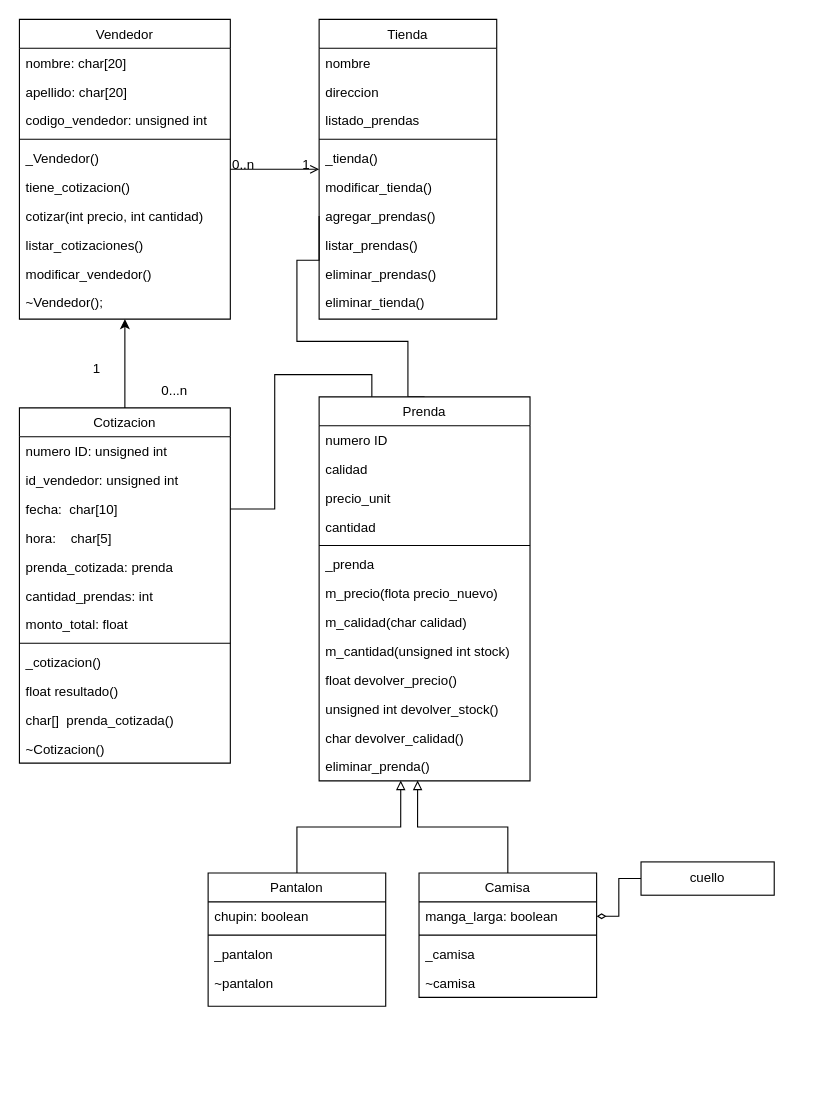
The draw.io diagram Diagrama_Clases.drawio in Santira243/PracticaQuark, before the edit. Source tidied: cells renumbered, new cells numbered last; positions are measured from the earlier drawing's top-left corner, leaving out a move shared by most shapes. Both pictures are drawn from the tidied source at 111%, with x=0, y=0 at pixel (19, 19).
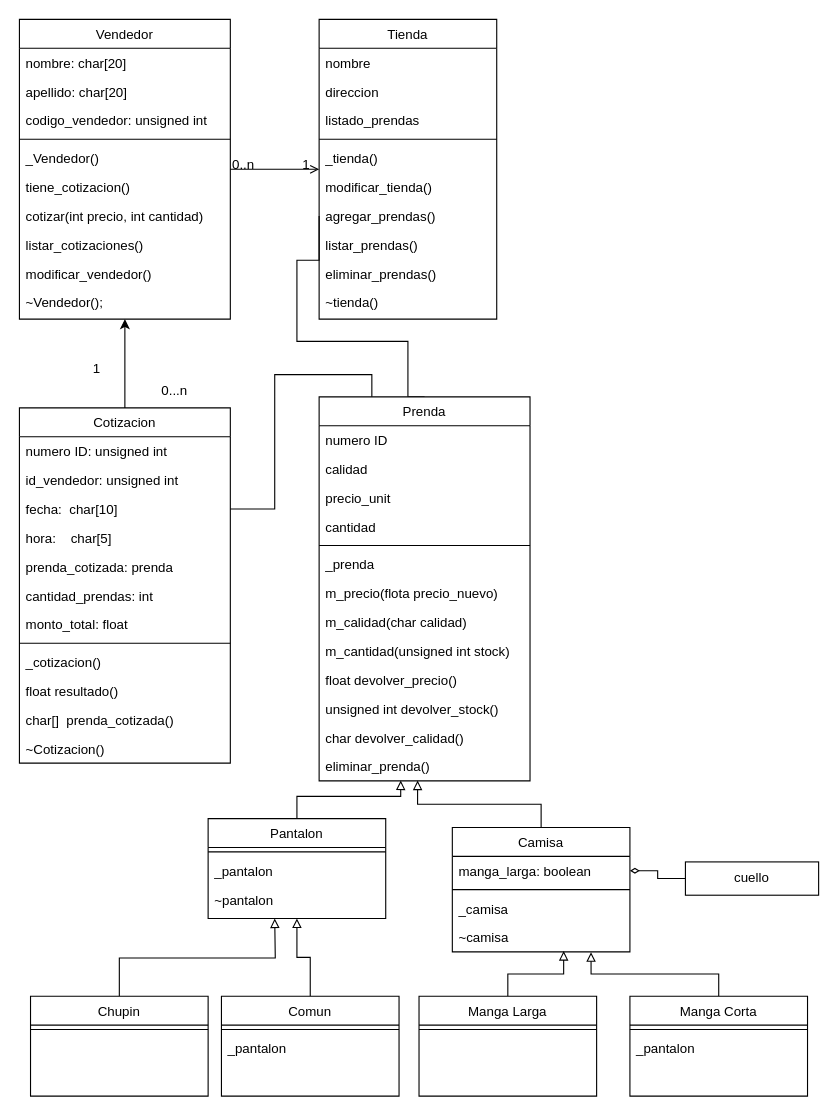
Above is the later version.

Unchanged cells that the change refers to:
```xml
<mxCell id="27" value="Tienda" style="swimlane;fontStyle=0;align=center;verticalAlign=top;horizontal=1;startSize=26;rounded=0;shadow=0;strokeWidth=1;" parent="1" vertex="1">
  <mxGeometry x="270" width="160" height="270" as="geometry" />
</mxCell>
<mxCell id="68" value="~camisa" style="text;align=left;verticalAlign=top;spacingLeft=4;spacingRight=4;overflow=hidden;points=[[0,0.5],[1,0.5]];portConstraint=eastwest;rounded=0;shadow=0;html=0;" parent="64" vertex="1">
  <mxGeometry y="86" width="160" height="26" as="geometry" />
</mxCell>
```

Diff of the diagram source:
```diff
@@
-    <mxCell id="37" value="eliminar_tienda()" style="text;align=left;verticalAlign=top;spacingLeft=4;spacingRight=4;overflow=hidden;" parent="27" vertex="1">
+    <mxCell id="37" value="~tienda()" style="text;align=left;verticalAlign=top;spacingLeft=4;spacingRight=4;overflow=hidden;" parent="27" vertex="1">
       <mxGeometry y="242" width="160" height="26" as="geometry" />
     </mxCell>
@@
     <mxCell id="58" value="Pantalon" style="swimlane;fontStyle=0;align=center;verticalAlign=top;horizontal=1;startSize=26;rounded=0;shadow=0;strokeWidth=1;" parent="1" vertex="1">
-      <mxGeometry x="170" y="769" width="160" height="120" as="geometry" />
+      <mxGeometry x="170" y="720" width="160" height="90" as="geometry" />
     </mxCell>
-    <mxCell id="59" value="chupin: boolean" style="text;align=left;verticalAlign=top;spacingLeft=4;spacingRight=4;overflow=hidden;rounded=0;shadow=0;html=0;" parent="58" vertex="1">
-      <mxGeometry y="26" width="160" height="26" as="geometry" />
-    </mxCell>
     <mxCell id="60" style="line;html=1;strokeWidth=1;align=left;verticalAlign=middle;spacingTop=-1;spacingLeft=3;spacingRight=3;labelPosition=right;" parent="58" vertex="1">
-      <mxGeometry y="52" width="160" height="8" as="geometry" />
+      <mxGeometry y="26" width="160" height="8" as="geometry" />
     </mxCell>
     <mxCell id="61" value="_pantalon" style="text;align=left;verticalAlign=top;spacingLeft=4;spacingRight=4;overflow=hidden;rounded=0;shadow=0;html=0;" parent="58" vertex="1">
-      <mxGeometry y="60" width="160" height="26" as="geometry" />
+      <mxGeometry y="34" width="160" height="26" as="geometry" />
     </mxCell>
     <mxCell id="62" value="~pantalon" style="text;align=left;verticalAlign=top;spacingLeft=4;spacingRight=4;overflow=hidden;rounded=0;shadow=0;html=0;" parent="58" vertex="1">
-      <mxGeometry y="86" width="160" height="26" as="geometry" />
+      <mxGeometry y="60" width="160" height="26" as="geometry" />
     </mxCell>
@@
     <mxCell id="64" value="Camisa" style="swimlane;fontStyle=0;align=center;verticalAlign=top;horizontal=1;startSize=26;rounded=0;shadow=0;strokeWidth=1;" parent="1" vertex="1">
-      <mxGeometry x="360" y="769" width="160" height="112" as="geometry" />
+      <mxGeometry x="390" y="728" width="160" height="112" as="geometry" />
     </mxCell>
@@
     <mxCell id="72" value="cuello" style="rounded=0;whiteSpace=wrap;html=1;" parent="1" vertex="1">
-      <mxGeometry x="560" y="759" width="120" height="30" as="geometry" />
+      <mxGeometry x="600" y="759" width="120" height="30" as="geometry" />
     </mxCell>
+    <mxCell id="73" style="edgeStyle=orthogonalEdgeStyle;rounded=0;jettySize=auto;html=1;exitX=0.5;exitY=0;exitDx=0;exitDy=0;endArrow=block;endFill=0;" parent="1" edge="1" source="74">
+      <mxGeometry relative="1" as="geometry">
+        <mxPoint x="230" y="810" as="targetPoint" />
+      </mxGeometry>
+    </mxCell>
+    <mxCell id="74" value="Chupin" style="swimlane;fontStyle=0;align=center;verticalAlign=top;horizontal=1;startSize=26;rounded=0;shadow=0;strokeWidth=1;" parent="1" vertex="1">
+      <mxGeometry x="10" y="880" width="160" height="90" as="geometry" />
+    </mxCell>
+    <mxCell id="75" style="line;html=1;strokeWidth=1;align=left;verticalAlign=middle;spacingTop=-1;spacingLeft=3;spacingRight=3;labelPosition=right;" parent="74" vertex="1">
+      <mxGeometry y="26" width="160" height="8" as="geometry" />
+    </mxCell>
+    <mxCell id="76" style="edgeStyle=orthogonalEdgeStyle;rounded=0;jettySize=auto;html=1;exitX=0.5;exitY=0;exitDx=0;exitDy=0;entryX=0.5;entryY=1;entryDx=0;entryDy=0;endArrow=block;endFill=0;" parent="1" edge="1" source="77" target="58">
+      <mxGeometry relative="1" as="geometry" />
+    </mxCell>
+    <mxCell id="77" value="Comun" style="swimlane;fontStyle=0;align=center;verticalAlign=top;horizontal=1;startSize=26;rounded=0;shadow=0;strokeWidth=1;" parent="1" vertex="1">
+      <mxGeometry x="182" y="880" width="160" height="90" as="geometry" />
+    </mxCell>
+    <mxCell id="78" style="line;html=1;strokeWidth=1;align=left;verticalAlign=middle;spacingTop=-1;spacingLeft=3;spacingRight=3;labelPosition=right;" parent="77" vertex="1">
+      <mxGeometry y="26" width="160" height="8" as="geometry" />
+    </mxCell>
+    <mxCell id="79" value="_pantalon" style="text;align=left;verticalAlign=top;spacingLeft=4;spacingRight=4;overflow=hidden;rounded=0;shadow=0;html=0;" parent="77" vertex="1">
+      <mxGeometry y="34" width="160" height="26" as="geometry" />
+    </mxCell>
+    <mxCell id="80" style="edgeStyle=orthogonalEdgeStyle;rounded=0;jettySize=auto;html=1;exitX=0.5;exitY=0;exitDx=0;exitDy=0;entryX=0.627;entryY=0.975;entryDx=0;entryDy=0;entryPerimeter=0;endArrow=block;endFill=0;" parent="1" edge="1" source="81" target="68">
+      <mxGeometry relative="1" as="geometry" />
+    </mxCell>
+    <mxCell id="81" value="Manga Larga" style="swimlane;fontStyle=0;align=center;verticalAlign=top;horizontal=1;startSize=26;rounded=0;shadow=0;strokeWidth=1;" parent="1" vertex="1">
+      <mxGeometry x="360" y="880" width="160" height="90" as="geometry" />
+    </mxCell>
+    <mxCell id="82" style="line;html=1;strokeWidth=1;align=left;verticalAlign=middle;spacingTop=-1;spacingLeft=3;spacingRight=3;labelPosition=right;" parent="81" vertex="1">
+      <mxGeometry y="26" width="160" height="8" as="geometry" />
+    </mxCell>
+    <mxCell id="83" style="edgeStyle=orthogonalEdgeStyle;rounded=0;jettySize=auto;html=1;entryX=0.781;entryY=1.016;entryDx=0;entryDy=0;entryPerimeter=0;endArrow=block;endFill=0;" parent="1" edge="1" source="84" target="68">
+      <mxGeometry relative="1" as="geometry" />
+    </mxCell>
+    <mxCell id="84" value="Manga Corta" style="swimlane;fontStyle=0;align=center;verticalAlign=top;horizontal=1;startSize=26;rounded=0;shadow=0;strokeWidth=1;" parent="1" vertex="1">
+      <mxGeometry x="550" y="880" width="160" height="90" as="geometry" />
+    </mxCell>
+    <mxCell id="85" style="line;html=1;strokeWidth=1;align=left;verticalAlign=middle;spacingTop=-1;spacingLeft=3;spacingRight=3;labelPosition=right;" parent="84" vertex="1">
+      <mxGeometry y="26" width="160" height="8" as="geometry" />
+    </mxCell>
+    <mxCell id="86" value="_pantalon" style="text;align=left;verticalAlign=top;spacingLeft=4;spacingRight=4;overflow=hidden;rounded=0;shadow=0;html=0;" parent="84" vertex="1">
+      <mxGeometry y="34" width="160" height="26" as="geometry" />
+    </mxCell>
```
